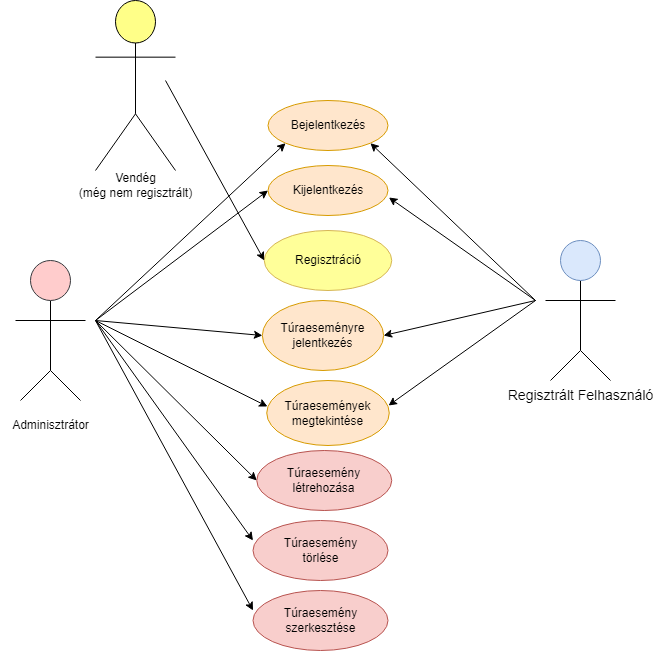
Above: img/model_of_business_processes.png in vamosakos/ProgTech-VM-VA (draw.io), before the change. Source tidied: cells renumbered, new cells last; positions are measured from the earlier drawing's top-left corner, leaving out a move shared by most shapes. The source it was exported from:
```xml
<mxGraphModel>
  <root>
    <mxCell id="0" />
    <mxCell id="1" parent="0" />
    <mxCell id="2" style="endArrow=none;html=1;rounded=0;" parent="1" edge="1">
      <mxGeometry relative="1" as="geometry">
        <mxPoint x="580" y="350" as="sourcePoint" />
        <mxPoint x="580" y="280" as="targetPoint" />
      </mxGeometry>
    </mxCell>
    <mxCell id="3" style="ellipse;whiteSpace=wrap;html=1;fillColor=#dae8fc;strokeColor=#6c8ebf;" parent="1" vertex="1">
      <mxGeometry x="560" y="240" width="40" height="40" as="geometry" />
    </mxCell>
    <mxCell id="4" style="endArrow=none;html=1;rounded=0;" parent="1" edge="1">
      <mxGeometry relative="1" as="geometry">
        <mxPoint x="545" y="300" as="sourcePoint" />
        <mxPoint x="615" y="300" as="targetPoint" />
      </mxGeometry>
    </mxCell>
    <mxCell id="5" style="endArrow=none;html=1;rounded=0;" parent="1" edge="1">
      <mxGeometry relative="1" as="geometry">
        <mxPoint x="550" y="380" as="sourcePoint" />
        <mxPoint x="580" y="350" as="targetPoint" />
      </mxGeometry>
    </mxCell>
    <mxCell id="6" style="endArrow=none;html=1;rounded=0;" parent="1" edge="1">
      <mxGeometry relative="1" as="geometry">
        <mxPoint x="610" y="380" as="sourcePoint" />
        <mxPoint x="580" y="350" as="targetPoint" />
      </mxGeometry>
    </mxCell>
    <mxCell id="7" style="endArrow=none;html=1;rounded=0;" parent="1" edge="1">
      <mxGeometry relative="1" as="geometry">
        <mxPoint x="50" y="370" as="sourcePoint" />
        <mxPoint x="50" y="300" as="targetPoint" />
      </mxGeometry>
    </mxCell>
    <mxCell id="8" style="ellipse;whiteSpace=wrap;html=1;fillColor=#ffcccc;strokeColor=#36393d;" parent="1" vertex="1">
      <mxGeometry x="30" y="260" width="40" height="40" as="geometry" />
    </mxCell>
    <mxCell id="9" style="endArrow=none;html=1;rounded=0;" parent="1" edge="1">
      <mxGeometry relative="1" as="geometry">
        <mxPoint x="15" y="320" as="sourcePoint" />
        <mxPoint x="85" y="320" as="targetPoint" />
      </mxGeometry>
    </mxCell>
    <mxCell id="10" style="endArrow=none;html=1;rounded=0;" parent="1" edge="1">
      <mxGeometry relative="1" as="geometry">
        <mxPoint x="20" y="400" as="sourcePoint" />
        <mxPoint x="50" y="370" as="targetPoint" />
      </mxGeometry>
    </mxCell>
    <mxCell id="11" style="endArrow=none;html=1;rounded=0;" parent="1" edge="1">
      <mxGeometry relative="1" as="geometry">
        <mxPoint x="80" y="400" as="sourcePoint" />
        <mxPoint x="50" y="370" as="targetPoint" />
      </mxGeometry>
    </mxCell>
    <mxCell id="12" value="Bejelentkezés" style="ellipse;whiteSpace=wrap;html=1;fillColor=#ffe6cc;strokeColor=#d79b00;" parent="1" vertex="1">
      <mxGeometry x="267.5" y="100" width="120" height="50" as="geometry" />
    </mxCell>
    <mxCell id="13" value="Túraesemények megtekintése" style="ellipse;whiteSpace=wrap;html=1;fillColor=#ffe6cc;strokeColor=#d79b00;" parent="1" vertex="1">
      <mxGeometry x="266.3" y="380" width="122.5" height="65" as="geometry" />
    </mxCell>
    <mxCell id="14" value="&lt;font style=&quot;font-size: 14px;&quot;&gt;Regisztrált Felhasználó&lt;/font&gt;" style="text;html=1;align=center;verticalAlign=middle;strokeColor=none;fillColor=none;" parent="1" vertex="1">
      <mxGeometry x="495" y="380" width="170" height="30" as="geometry" />
    </mxCell>
    <mxCell id="15" value="Regisztráció" style="ellipse;whiteSpace=wrap;html=1;fillColor=#FFFF99;strokeColor=#d6b656;" parent="1" vertex="1">
      <mxGeometry x="263.8" y="230" width="127.5" height="60" as="geometry" />
    </mxCell>
    <mxCell id="16" style="endArrow=classic;html=1;rounded=0;entryX=1.008;entryY=0.64;entryDx=0;entryDy=0;entryPerimeter=0;" parent="1" edge="1" target="21">
      <mxGeometry relative="1" as="geometry">
        <mxPoint x="535" y="300" as="sourcePoint" />
      </mxGeometry>
    </mxCell>
    <mxCell id="17" style="shape=umlActor;verticalLabelPosition=bottom;verticalAlign=top;html=1;fillColor=#ffff88;strokeColor=#000000;" parent="1" vertex="1">
      <mxGeometry x="95" width="80" height="170" as="geometry" />
    </mxCell>
    <mxCell id="18" value="Vendég&lt;br&gt;(még nem regisztrált)" style="text;html=1;align=center;verticalAlign=middle;strokeColor=none;fillColor=none;" parent="1" vertex="1">
      <mxGeometry x="65" y="165" width="140" height="40" as="geometry" />
    </mxCell>
    <mxCell id="19" value="Adminisztrátor" style="text;html=1;align=center;verticalAlign=middle;strokeColor=none;fillColor=none;" parent="1" vertex="1">
      <mxGeometry y="410" width="100" height="30" as="geometry" />
    </mxCell>
    <mxCell id="20" style="endArrow=classic;html=1;rounded=0;entryX=0;entryY=0.5;entryDx=0;entryDy=0;" parent="1" edge="1" target="15">
      <mxGeometry relative="1" as="geometry">
        <mxPoint x="165" y="80" as="sourcePoint" />
      </mxGeometry>
    </mxCell>
    <mxCell id="21" value="Kijelentkezés" style="ellipse;whiteSpace=wrap;html=1;fillColor=#ffe6cc;strokeColor=#d79b00;" parent="1" vertex="1">
      <mxGeometry x="267.5" y="165" width="120" height="50" as="geometry" />
    </mxCell>
    <mxCell id="22" style="endArrow=classic;html=1;rounded=0;entryX=1;entryY=1;entryDx=0;entryDy=0;" parent="1" edge="1" target="12">
      <mxGeometry relative="1" as="geometry">
        <mxPoint x="535" y="300" as="sourcePoint" />
      </mxGeometry>
    </mxCell>
    <mxCell id="23" value="Túraesemény létrehozása" style="ellipse;whiteSpace=wrap;html=1;fillColor=#f8cecc;strokeColor=#b85450;" parent="1" vertex="1">
      <mxGeometry x="256.2" y="450" width="135" height="60" as="geometry" />
    </mxCell>
    <mxCell id="24" style="endArrow=classic;html=1;rounded=0;entryX=0;entryY=0.333;entryDx=0;entryDy=0;entryPerimeter=0;" parent="1" edge="1" target="31">
      <mxGeometry relative="1" as="geometry">
        <mxPoint x="95" y="320" as="sourcePoint" />
      </mxGeometry>
    </mxCell>
    <mxCell id="25" value="Túraesemény&lt;br&gt;törlése" style="ellipse;whiteSpace=wrap;html=1;fillColor=#f8cecc;strokeColor=#b85450;" parent="1" vertex="1">
      <mxGeometry x="252.5" y="520" width="135" height="60" as="geometry" />
    </mxCell>
    <mxCell id="26" style="endArrow=classic;html=1;rounded=0;entryX=0;entryY=0.333;entryDx=0;entryDy=0;entryPerimeter=0;" parent="1" edge="1" target="25">
      <mxGeometry relative="1" as="geometry">
        <mxPoint x="95" y="320" as="sourcePoint" />
      </mxGeometry>
    </mxCell>
    <mxCell id="27" style="endArrow=classic;html=1;rounded=0;entryX=0;entryY=1;entryDx=0;entryDy=0;" parent="1" edge="1" target="12">
      <mxGeometry relative="1" as="geometry">
        <mxPoint x="95" y="320" as="sourcePoint" />
      </mxGeometry>
    </mxCell>
    <mxCell id="28" style="endArrow=classic;html=1;rounded=0;entryX=0;entryY=0.5;entryDx=0;entryDy=0;" parent="1" edge="1" target="23">
      <mxGeometry relative="1" as="geometry">
        <mxPoint x="95" y="320" as="sourcePoint" />
      </mxGeometry>
    </mxCell>
    <mxCell id="29" style="endArrow=classic;html=1;rounded=0;entryX=0;entryY=0.5;entryDx=0;entryDy=0;" parent="1" edge="1" target="21">
      <mxGeometry relative="1" as="geometry">
        <mxPoint x="95" y="320" as="sourcePoint" />
      </mxGeometry>
    </mxCell>
    <mxCell id="30" value="Túraeseményre jelentkezés" style="ellipse;whiteSpace=wrap;html=1;fillColor=#ffe6cc;strokeColor=#d79b00;" parent="1" vertex="1">
      <mxGeometry x="261.9" y="300" width="121.2" height="70" as="geometry" />
    </mxCell>
    <mxCell id="31" value="Túraesemény&lt;br&gt;szerkesztése" style="ellipse;whiteSpace=wrap;html=1;fillColor=#f8cecc;strokeColor=#b85450;" parent="1" vertex="1">
      <mxGeometry x="252.5" y="590" width="135" height="60" as="geometry" />
    </mxCell>
    <mxCell id="32" style="endArrow=classic;html=1;rounded=0;entryX=0;entryY=0.5;entryDx=0;entryDy=0;" parent="1" edge="1" target="30">
      <mxGeometry relative="1" as="geometry">
        <mxPoint x="95" y="320" as="sourcePoint" />
      </mxGeometry>
    </mxCell>
    <mxCell id="33" style="endArrow=classic;html=1;rounded=0;entryX=1;entryY=0.5;entryDx=0;entryDy=0;" parent="1" edge="1" target="30">
      <mxGeometry relative="1" as="geometry">
        <mxPoint x="535" y="300" as="sourcePoint" />
      </mxGeometry>
    </mxCell>
    <mxCell id="34" style="endArrow=classic;html=1;rounded=0;entryX=0.994;entryY=0.385;entryDx=0;entryDy=0;entryPerimeter=0;" parent="1" edge="1" target="13">
      <mxGeometry relative="1" as="geometry">
        <mxPoint x="535" y="300" as="sourcePoint" />
      </mxGeometry>
    </mxCell>
    <mxCell id="35" style="endArrow=classic;html=1;rounded=0;entryX=0.006;entryY=0.4;entryDx=0;entryDy=0;entryPerimeter=0;" parent="1" edge="1" target="13">
      <mxGeometry relative="1" as="geometry">
        <mxPoint x="95" y="320" as="sourcePoint" />
      </mxGeometry>
    </mxCell>
  </root>
</mxGraphModel>
```
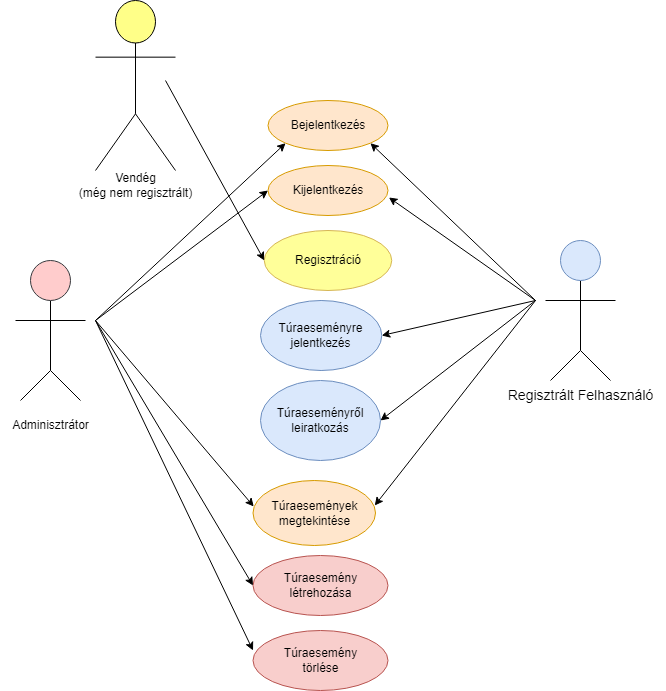
The same diagram one commit later.

Commit message:
modified model of business processes

Diff of the diagram source:
```diff
@@ -60,7 +60,7 @@
       <mxGeometry x="267.5" y="100" width="120" height="50" as="geometry" />
     </mxCell>
     <mxCell id="13" value="Túraesemények megtekintése" style="ellipse;whiteSpace=wrap;html=1;fillColor=#ffe6cc;strokeColor=#d79b00;" parent="1" vertex="1">
-      <mxGeometry x="266.3" y="380" width="122.5" height="65" as="geometry" />
+      <mxGeometry x="252.5" y="480" width="122.5" height="65" as="geometry" />
     </mxCell>
     <mxCell id="14" value="&lt;font style=&quot;font-size: 14px;&quot;&gt;Regisztrált Felhasználó&lt;/font&gt;" style="text;html=1;align=center;verticalAlign=middle;strokeColor=none;fillColor=none;" parent="1" vertex="1">
       <mxGeometry x="495" y="380" width="170" height="30" as="geometry" />
@@ -96,15 +96,10 @@
       </mxGeometry>
     </mxCell>
     <mxCell id="23" value="Túraesemény létrehozása" style="ellipse;whiteSpace=wrap;html=1;fillColor=#f8cecc;strokeColor=#b85450;" parent="1" vertex="1">
-      <mxGeometry x="256.2" y="450" width="135" height="60" as="geometry" />
+      <mxGeometry x="252.5" y="555" width="135" height="60" as="geometry" />
     </mxCell>
-    <mxCell id="24" style="endArrow=classic;html=1;rounded=0;entryX=0;entryY=0.333;entryDx=0;entryDy=0;entryPerimeter=0;" parent="1" edge="1" target="31">
-      <mxGeometry relative="1" as="geometry">
-        <mxPoint x="95" y="320" as="sourcePoint" />
-      </mxGeometry>
-    </mxCell>
     <mxCell id="25" value="Túraesemény&lt;br&gt;törlése" style="ellipse;whiteSpace=wrap;html=1;fillColor=#f8cecc;strokeColor=#b85450;" parent="1" vertex="1">
-      <mxGeometry x="252.5" y="520" width="135" height="60" as="geometry" />
+      <mxGeometry x="252.5" y="630" width="135" height="60" as="geometry" />
     </mxCell>
     <mxCell id="26" style="endArrow=classic;html=1;rounded=0;entryX=0;entryY=0.333;entryDx=0;entryDy=0;entryPerimeter=0;" parent="1" edge="1" target="25">
       <mxGeometry relative="1" as="geometry">
@@ -126,17 +121,9 @@
         <mxPoint x="95" y="320" as="sourcePoint" />
       </mxGeometry>
     </mxCell>
-    <mxCell id="30" value="Túraeseményre jelentkezés" style="ellipse;whiteSpace=wrap;html=1;fillColor=#ffe6cc;strokeColor=#d79b00;" parent="1" vertex="1">
-      <mxGeometry x="261.9" y="300" width="121.2" height="70" as="geometry" />
+    <mxCell id="30" value="Túraeseményre jelentkezés" style="ellipse;whiteSpace=wrap;html=1;fillColor=#dae8fc;strokeColor=#6c8ebf;" parent="1" vertex="1">
+      <mxGeometry x="260" y="300" width="121.2" height="70" as="geometry" />
     </mxCell>
-    <mxCell id="31" value="Túraesemény&lt;br&gt;szerkesztése" style="ellipse;whiteSpace=wrap;html=1;fillColor=#f8cecc;strokeColor=#b85450;" parent="1" vertex="1">
-      <mxGeometry x="252.5" y="590" width="135" height="60" as="geometry" />
-    </mxCell>
-    <mxCell id="32" style="endArrow=classic;html=1;rounded=0;entryX=0;entryY=0.5;entryDx=0;entryDy=0;" parent="1" edge="1" target="30">
-      <mxGeometry relative="1" as="geometry">
-        <mxPoint x="95" y="320" as="sourcePoint" />
-      </mxGeometry>
-    </mxCell>
     <mxCell id="33" style="endArrow=classic;html=1;rounded=0;entryX=1;entryY=0.5;entryDx=0;entryDy=0;" parent="1" edge="1" target="30">
       <mxGeometry relative="1" as="geometry">
         <mxPoint x="535" y="300" as="sourcePoint" />
@@ -152,5 +139,13 @@
         <mxPoint x="95" y="320" as="sourcePoint" />
       </mxGeometry>
     </mxCell>
+    <mxCell id="36" value="Túraeseményről&lt;br&gt;leiratkozás" style="ellipse;whiteSpace=wrap;html=1;fillColor=#dae8fc;strokeColor=#6c8ebf;" parent="1" vertex="1">
+      <mxGeometry x="260" y="380" width="120" height="80" as="geometry" />
+    </mxCell>
+    <mxCell id="37" style="endArrow=classic;html=1;rounded=0;entryX=1;entryY=0.5;entryDx=0;entryDy=0;" parent="1" edge="1" target="36">
+      <mxGeometry relative="1" as="geometry">
+        <mxPoint x="535" y="300" as="sourcePoint" />
+      </mxGeometry>
+    </mxCell>
   </root>
 </mxGraphModel>
```
